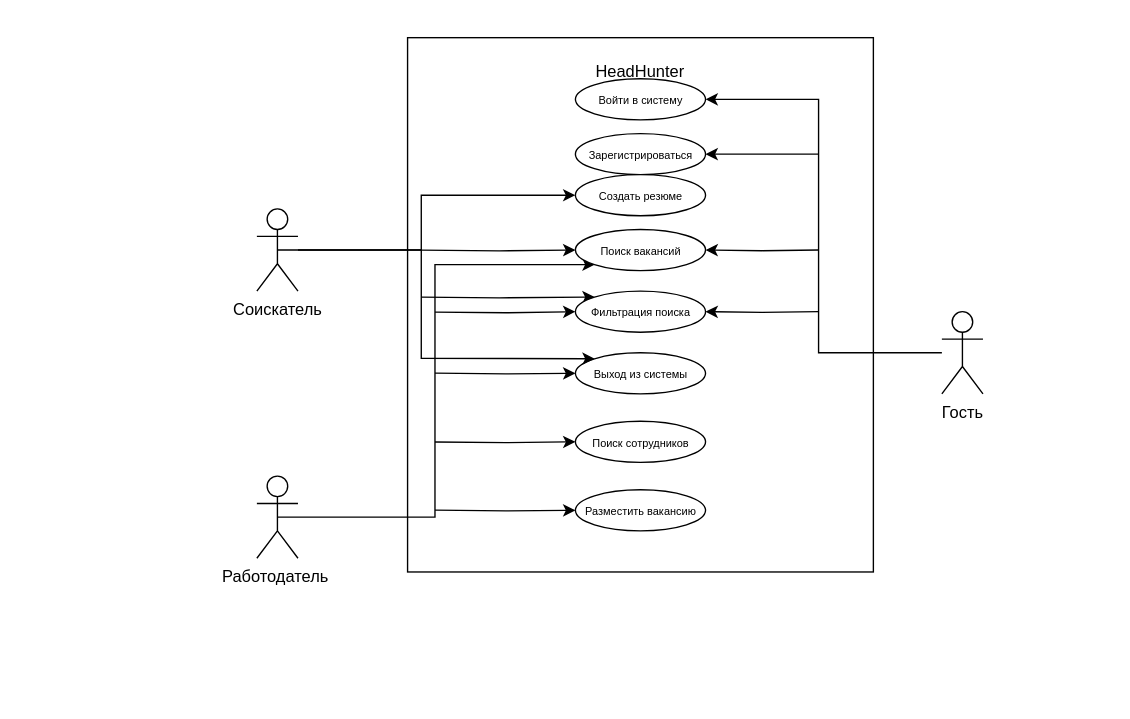
Above: tpo3/img/usecase.drawio in Ivanio1/software-testing (draw.io), before the change. Source tidied: cells renumbered, new cells numbered last; positions are measured from the earlier drawing's top-left corner, leaving out a move shared by most shapes. Both pictures are drawn from the tidied source at 137%, with x=0, y=0 at pixel (256, 37).
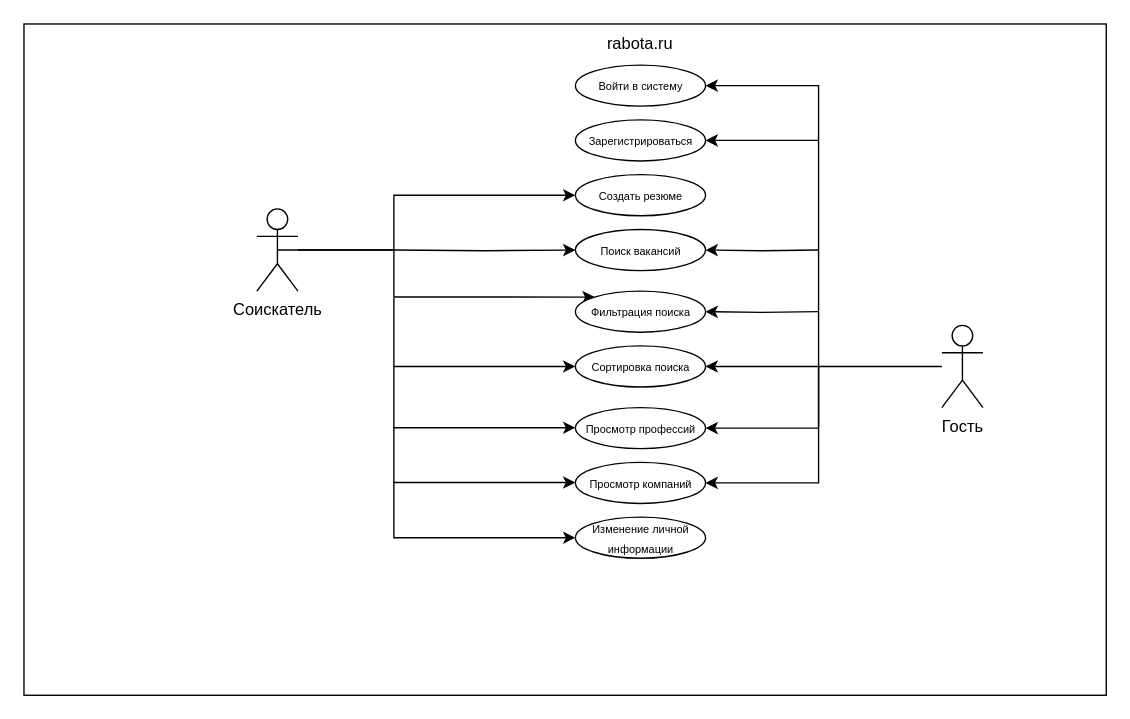
Above is the later version.

Unchanged cells that the change refers to:
```xml
<mxCell id="5" value="Соискатель" style="shape=umlActor;verticalLabelPosition=bottom;verticalAlign=top;html=1;outlineConnect=0;" parent="1" vertex="1">
  <mxGeometry y="125" width="30" height="60" as="geometry" />
</mxCell>
<mxCell id="12" value="&lt;font style=&quot;font-size: 8px;&quot;&gt;Поиск вакансий&lt;/font&gt;" style="ellipse;whiteSpace=wrap;html=1;" parent="1" vertex="1">
  <mxGeometry x="232.5" y="140" width="95" height="30" as="geometry" />
</mxCell>
<mxCell id="16" value="&lt;font style=&quot;font-size: 8px;&quot;&gt;Фильтрация поиска&lt;/font&gt;" style="ellipse;whiteSpace=wrap;html=1;" parent="1" vertex="1">
  <mxGeometry x="232.5" y="185" width="95" height="30" as="geometry" />
</mxCell>
<mxCell id="27" value="&lt;span style=&quot;font-size: 8px;&quot;&gt;Создать резюме&lt;/span&gt;" style="ellipse;whiteSpace=wrap;html=1;" parent="1" vertex="1">
  <mxGeometry x="232.5" y="100" width="95" height="30" as="geometry" />
</mxCell>
```

The edit, as a diff of the source:
```diff
@@
     <mxCell id="2" style="rounded=0;whiteSpace=wrap;html=1;" parent="1" vertex="1">
-      <mxGeometry x="110" width="340" height="390" as="geometry" />
+      <mxGeometry x="-170" y="-10" width="790" height="490" as="geometry" />
     </mxCell>
-    <mxCell id="3" value="HeadHunter" style="text;html=1;align=center;verticalAlign=middle;whiteSpace=wrap;rounded=0;" parent="1" vertex="1">
-      <mxGeometry x="250" y="10" width="60" height="30" as="geometry" />
+    <mxCell id="3" value="rabota.ru" style="text;html=1;align=center;verticalAlign=middle;whiteSpace=wrap;rounded=0;" parent="1" vertex="1">
+      <mxGeometry x="250" y="-10" width="60" height="30" as="geometry" />
     </mxCell>
     <mxCell id="4" value="Гость" style="shape=umlActor;verticalLabelPosition=bottom;verticalAlign=top;html=1;outlineConnect=0;" parent="1" vertex="1">
-      <mxGeometry x="500" y="200" width="30" height="60" as="geometry" />
+      <mxGeometry x="500" y="210" width="30" height="60" as="geometry" />
     </mxCell>
@@
-    <mxCell id="6" style="edgeStyle=orthogonalEdgeStyle;rounded=0;jettySize=auto;html=1;exitX=0.5;exitY=0.5;exitDx=0;exitDy=0;exitPerimeter=0;entryX=0;entryY=1;entryDx=0;entryDy=0;" parent="1" edge="1" source="7" target="12">
-      <mxGeometry relative="1" as="geometry">
-        <Array as="points">
-          <mxPoint x="130" y="350" />
-          <mxPoint x="130" y="166" />
-        </Array>
-      </mxGeometry>
-    </mxCell>
-    <mxCell id="7" value="Работодатель&amp;nbsp;" style="shape=umlActor;verticalLabelPosition=bottom;verticalAlign=top;html=1;outlineConnect=0;" parent="1" vertex="1">
-      <mxGeometry y="320" width="30" height="60" as="geometry" />
-    </mxCell>
     <mxCell id="8" value="&lt;font style=&quot;font-size: 8px;&quot;&gt;Войти в систему&lt;/font&gt;" style="ellipse;whiteSpace=wrap;html=1;" parent="1" vertex="1">
-      <mxGeometry x="232.5" y="30" width="95" height="30" as="geometry" />
+      <mxGeometry x="232.5" y="20" width="95" height="30" as="geometry" />
     </mxCell>
     <mxCell id="9" value="&lt;font style=&quot;font-size: 8px;&quot;&gt;Зарегистрироваться&lt;/font&gt;" style="ellipse;whiteSpace=wrap;html=1;" parent="1" vertex="1">
-      <mxGeometry x="232.5" y="70" width="95" height="30" as="geometry" />
+      <mxGeometry x="232.5" y="60" width="95" height="30" as="geometry" />
     </mxCell>
@@
-    <mxCell id="11" style="edgeStyle=orthogonalEdgeStyle;rounded=0;jettySize=auto;html=1;exitX=0;exitY=0.5;exitDx=0;exitDy=0;entryX=0;entryY=0.5;entryDx=0;entryDy=0;" parent="1" edge="1" target="12">
+    <mxCell id="11" style="edgeStyle=orthogonalEdgeStyle;rounded=0;jettySize=auto;html=1;entryX=0;entryY=0.5;entryDx=0;entryDy=0;" parent="1" edge="1" target="12">
       <mxGeometry relative="1" as="geometry">
-        <mxPoint x="120" y="155.1" as="sourcePoint" />
+        <mxPoint x="100" y="155" as="sourcePoint" />
       </mxGeometry>
     </mxCell>
@@
-    <mxCell id="14" style="edgeStyle=orthogonalEdgeStyle;rounded=0;jettySize=auto;html=1;exitX=0;exitY=0.5;exitDx=0;exitDy=0;entryX=0;entryY=0.5;entryDx=0;entryDy=0;" parent="1" edge="1" target="16">
-      <mxGeometry relative="1" as="geometry">
-        <mxPoint x="130" y="200.3" as="sourcePoint" />
-      </mxGeometry>
-    </mxCell>
-    <mxCell id="15" style="edgeStyle=orthogonalEdgeStyle;rounded=0;jettySize=auto;html=1;exitX=0;exitY=0;exitDx=0;exitDy=0;entryX=0;entryY=0;entryDx=0;entryDy=0;" parent="1" edge="1" target="16">
+    <mxCell id="15" style="edgeStyle=orthogonalEdgeStyle;rounded=0;jettySize=auto;html=1;entryX=0;entryY=0;entryDx=0;entryDy=0;" parent="1" edge="1" source="5" target="16">
       <mxGeometry relative="1" as="geometry">
-        <mxPoint x="120" y="189.4" as="sourcePoint" />
+        <Array as="points">
+          <mxPoint x="100" y="155" />
+          <mxPoint x="100" y="189" />
+        </Array>
       </mxGeometry>
     </mxCell>
@@
-    <mxCell id="17" style="edgeStyle=orthogonalEdgeStyle;rounded=0;jettySize=auto;html=1;exitX=0;exitY=0.5;exitDx=0;exitDy=0;entryX=0;entryY=0.5;entryDx=0;entryDy=0;" parent="1" edge="1" target="18">
-      <mxGeometry relative="1" as="geometry">
-        <mxPoint x="130" y="295.1" as="sourcePoint" />
-      </mxGeometry>
-    </mxCell>
-    <mxCell id="18" value="&lt;font style=&quot;font-size: 8px;&quot;&gt;Поиск сотрудников&lt;/font&gt;" style="ellipse;whiteSpace=wrap;html=1;" parent="1" vertex="1">
-      <mxGeometry x="232.5" y="280" width="95" height="30" as="geometry" />
+    <mxCell id="18" value="&lt;span style=&quot;font-size: 8px;&quot;&gt;Сортировка поиска&lt;/span&gt;" style="ellipse;whiteSpace=wrap;html=1;" parent="1" vertex="1">
+      <mxGeometry x="232.5" y="225" width="95" height="30" as="geometry" />
     </mxCell>
-    <mxCell id="19" style="edgeStyle=orthogonalEdgeStyle;rounded=0;jettySize=auto;html=1;exitX=0;exitY=0.5;exitDx=0;exitDy=0;entryX=0;entryY=0.5;entryDx=0;entryDy=0;" parent="1" edge="1" target="20">
-      <mxGeometry relative="1" as="geometry">
-        <mxPoint x="130" y="344.9" as="sourcePoint" />
-      </mxGeometry>
-    </mxCell>
-    <mxCell id="20" value="&lt;font style=&quot;font-size: 8px;&quot;&gt;Разместить вакансию&lt;/font&gt;" style="ellipse;whiteSpace=wrap;html=1;" parent="1" vertex="1">
-      <mxGeometry x="232.5" y="330" width="95" height="30" as="geometry" />
+    <mxCell id="20" value="&lt;font style=&quot;font-size: 8px;&quot;&gt;Изменение личной информации&lt;/font&gt;" style="ellipse;whiteSpace=wrap;html=1;" parent="1" vertex="1">
+      <mxGeometry x="232.5" y="350" width="95" height="30" as="geometry" />
     </mxCell>
-    <mxCell id="21" style="edgeStyle=orthogonalEdgeStyle;rounded=0;jettySize=auto;html=1;exitX=0;exitY=0.5;exitDx=0;exitDy=0;entryX=0;entryY=0.5;entryDx=0;entryDy=0;" parent="1" edge="1" target="22">
-      <mxGeometry relative="1" as="geometry">
-        <mxPoint x="130" y="244.9" as="sourcePoint" />
-      </mxGeometry>
-    </mxCell>
-    <mxCell id="22" value="&lt;font style=&quot;font-size: 8px;&quot;&gt;Выход из системы&lt;/font&gt;" style="ellipse;whiteSpace=wrap;html=1;" parent="1" vertex="1">
-      <mxGeometry x="232.5" y="230" width="95" height="30" as="geometry" />
-    </mxCell>
     <mxCell id="23" style="endArrow=classic;html=1;rounded=0;entryX=1;entryY=0.5;entryDx=0;entryDy=0;" parent="1" edge="1" source="4" target="8">
       <mxGeometry relative="1" as="geometry">
         <Array as="points">
-          <mxPoint x="410" y="230" />
-          <mxPoint x="410" y="45" />
+          <mxPoint x="410" y="240" />
+          <mxPoint x="410" y="35" />
         </Array>
       </mxGeometry>
     </mxCell>
     <mxCell id="24" style="endArrow=classic;html=1;rounded=0;entryX=1;entryY=0.5;entryDx=0;entryDy=0;" parent="1" edge="1" target="9">
       <mxGeometry relative="1" as="geometry">
-        <mxPoint x="410" y="85" as="sourcePoint" />
+        <mxPoint x="410" y="75" as="sourcePoint" />
       </mxGeometry>
     </mxCell>
-    <mxCell id="25" style="endArrow=classic;html=1;rounded=0;entryX=0;entryY=0;entryDx=0;entryDy=0;" parent="1" edge="1" source="5" target="22">
-      <mxGeometry relative="1" as="geometry">
-        <Array as="points">
-          <mxPoint x="120" y="155" />
-          <mxPoint x="120" y="200" />
-          <mxPoint x="120" y="234" />
-        </Array>
-      </mxGeometry>
-    </mxCell>
     <mxCell id="26" style="edgeStyle=orthogonalEdgeStyle;rounded=0;jettySize=auto;html=1;exitX=0.5;exitY=0.5;exitDx=0;exitDy=0;entryX=0;entryY=0.5;entryDx=0;entryDy=0;exitPerimeter=0;" parent="1" edge="1" source="5" target="27">
       <mxGeometry relative="1" as="geometry">
         <Array as="points">
-          <mxPoint x="120" y="155" />
-          <mxPoint x="120" y="115" />
+          <mxPoint x="100" y="155" />
+          <mxPoint x="100" y="115" />
         </Array>
       </mxGeometry>
     </mxCell>
@@
+    <mxCell id="28" value="&lt;font style=&quot;font-size: 8px;&quot;&gt;Просмотр профессий&lt;/font&gt;" style="ellipse;whiteSpace=wrap;html=1;" parent="1" vertex="1">
+      <mxGeometry x="232.5" y="270" width="95" height="30" as="geometry" />
+    </mxCell>
+    <mxCell id="29" value="&lt;font style=&quot;font-size: 8px;&quot;&gt;Просмотр компаний&lt;/font&gt;" style="ellipse;whiteSpace=wrap;html=1;" parent="1" vertex="1">
+      <mxGeometry x="232.5" y="310" width="95" height="30" as="geometry" />
+    </mxCell>
+    <mxCell id="30" style="endArrow=classic;html=1;rounded=0;entryX=1;entryY=0.5;entryDx=0;entryDy=0;" parent="1" edge="1" target="18">
+      <mxGeometry relative="1" as="geometry">
+        <mxPoint x="410" y="240" as="sourcePoint" />
+      </mxGeometry>
+    </mxCell>
+    <mxCell id="31" style="endArrow=classic;html=1;rounded=0;entryX=1;entryY=0.5;entryDx=0;entryDy=0;" parent="1" edge="1" target="28">
+      <mxGeometry relative="1" as="geometry">
+        <mxPoint x="410" y="240" as="sourcePoint" />
+        <Array as="points">
+          <mxPoint x="410" y="285" />
+        </Array>
+      </mxGeometry>
+    </mxCell>
+    <mxCell id="32" style="endArrow=classic;html=1;rounded=0;entryX=1;entryY=0.5;entryDx=0;entryDy=0;" parent="1" edge="1" target="29">
+      <mxGeometry relative="1" as="geometry">
+        <mxPoint x="410" y="240" as="sourcePoint" />
+        <Array as="points">
+          <mxPoint x="410" y="325" />
+        </Array>
+      </mxGeometry>
+    </mxCell>
+    <mxCell id="33" style="endArrow=classic;html=1;rounded=0;entryX=0;entryY=0.5;entryDx=0;entryDy=0;" parent="1" edge="1" target="20">
+      <mxGeometry relative="1" as="geometry">
+        <mxPoint x="100" y="190" as="sourcePoint" />
+        <Array as="points">
+          <mxPoint x="100" y="365" />
+        </Array>
+      </mxGeometry>
+    </mxCell>
+    <mxCell id="34" style="endArrow=classic;html=1;rounded=0;entryX=0;entryY=0.5;entryDx=0;entryDy=0;" parent="1" edge="1" target="18">
+      <mxGeometry relative="1" as="geometry">
+        <mxPoint x="100" y="240" as="sourcePoint" />
+      </mxGeometry>
+    </mxCell>
+    <mxCell id="35" style="endArrow=classic;html=1;rounded=0;entryX=0;entryY=0.5;entryDx=0;entryDy=0;" parent="1" edge="1">
+      <mxGeometry relative="1" as="geometry">
+        <mxPoint x="99.5" y="284.7" as="sourcePoint" />
+        <mxPoint x="232.5" y="284.7" as="targetPoint" />
+      </mxGeometry>
+    </mxCell>
+    <mxCell id="36" style="endArrow=classic;html=1;rounded=0;entryX=0;entryY=0.5;entryDx=0;entryDy=0;" parent="1" edge="1">
+      <mxGeometry relative="1" as="geometry">
+        <mxPoint x="99.5" y="324.7" as="sourcePoint" />
+        <mxPoint x="232.5" y="324.7" as="targetPoint" />
+      </mxGeometry>
+    </mxCell>
```
